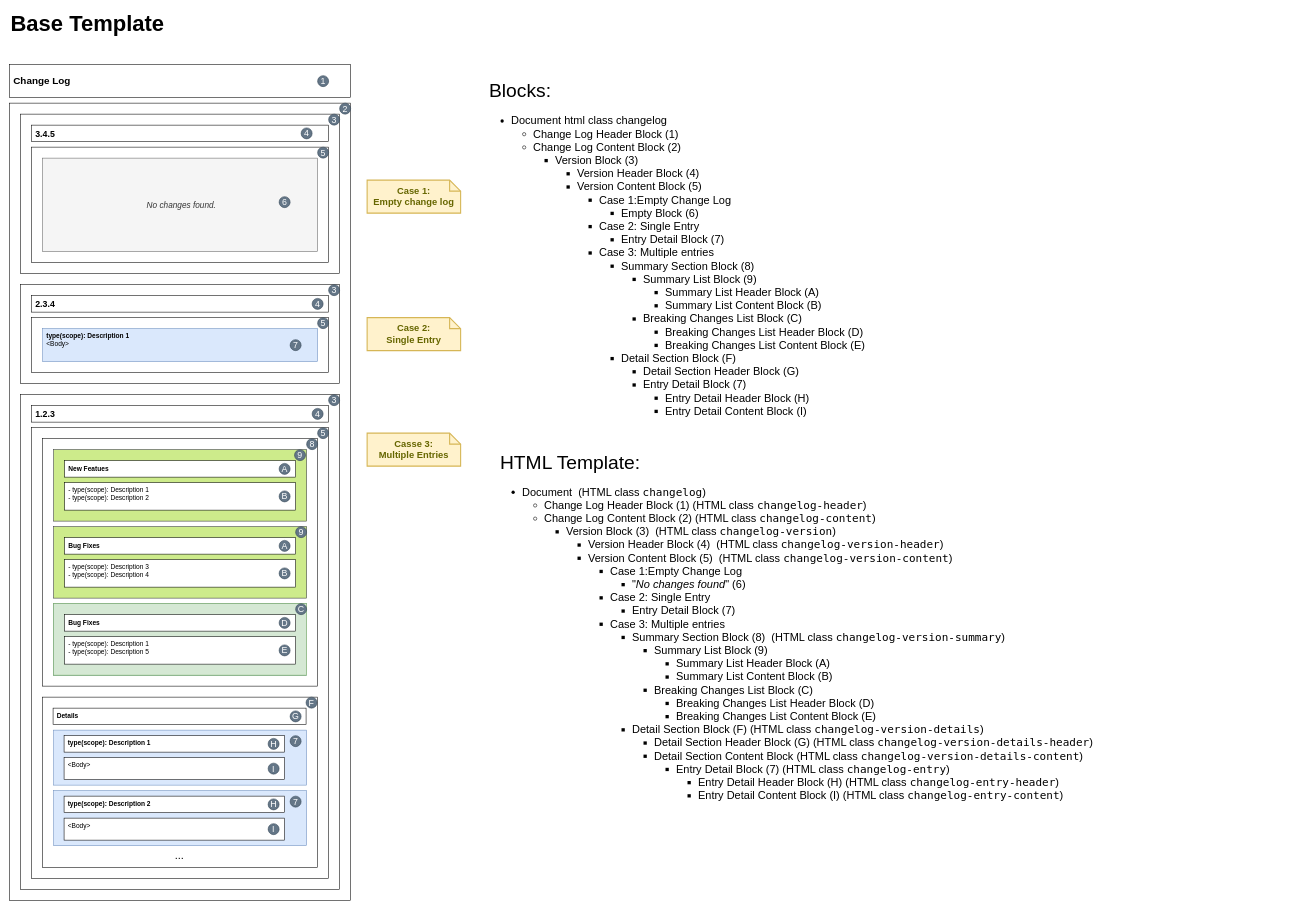
Before: docs/img/template-blocks.drawio in ap0llo/changelog, a draw.io diagram. Source tidied: cells renumbered, new cells numbered last; positions are measured from the earlier drawing's top-left corner, leaving out a move shared by most shapes. Both pictures are drawn from the tidied source at 55%, with x=0, y=0 at pixel (9, 9).
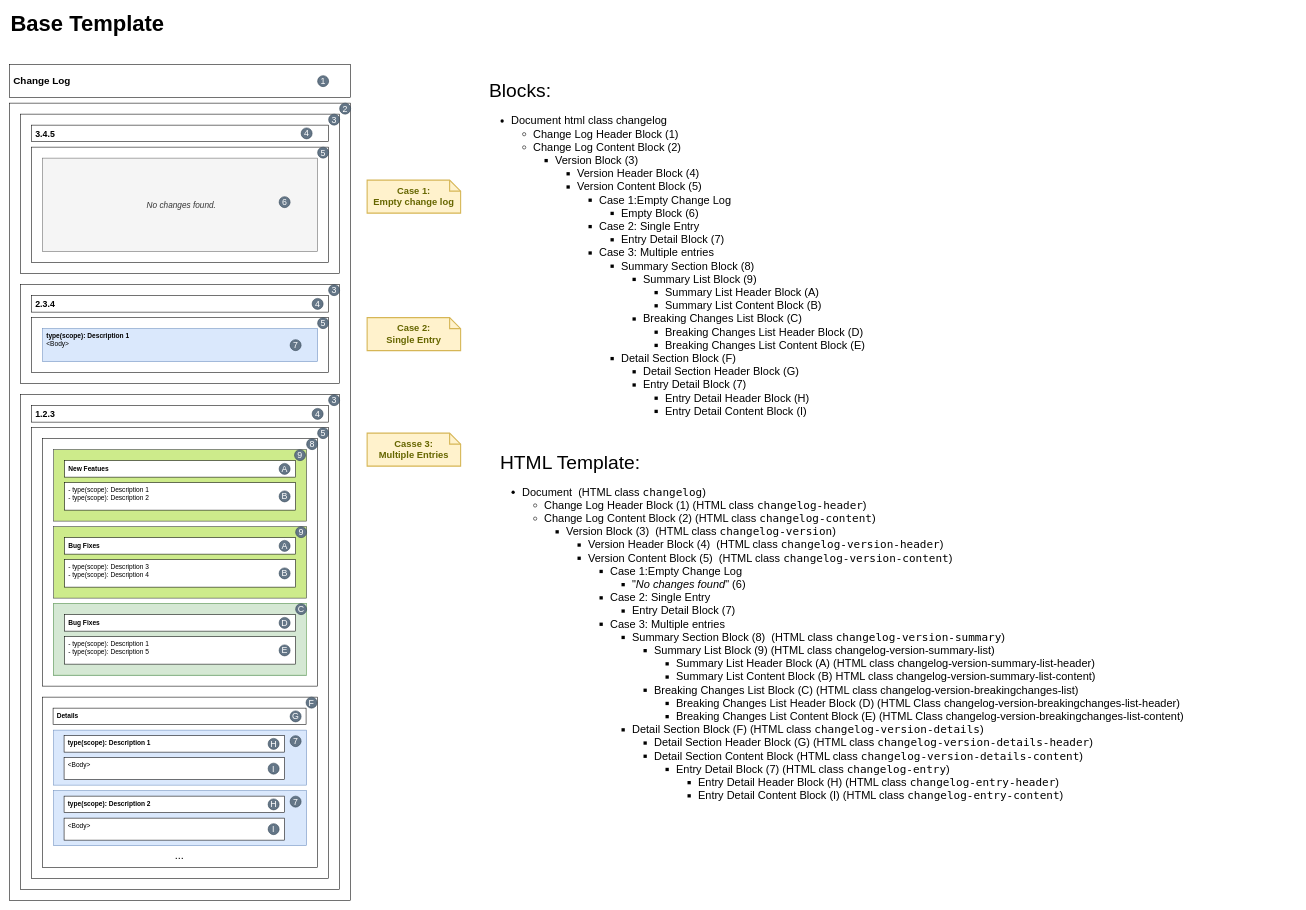
Above is the later version.

What changed in the source:
```diff
@@
-    <mxCell id="80" value="&lt;font style=&quot;font-size: 35px&quot;&gt;HTML Template:&lt;/font&gt;&lt;br&gt;&lt;ul style=&quot;font-size: 20px&quot;&gt;&lt;li&gt;Document&amp;nbsp; (HTML class &lt;font face=&quot;Lucida Console&quot;&gt;changelog&lt;/font&gt;)&lt;/li&gt;&lt;ul&gt;&lt;li&gt;Change Log Header Block (1) (HTML class &lt;font face=&quot;Lucida Console&quot;&gt;changelog-header&lt;/font&gt;)&lt;/li&gt;&lt;li&gt;Change Log Content Block (2) (HTML class &lt;font face=&quot;Lucida Console&quot;&gt;changelog-content&lt;/font&gt;)&lt;/li&gt;&lt;ul&gt;&lt;li&gt;Version Block (3)&amp;nbsp; (HTML class &lt;font face=&quot;Lucida Console&quot;&gt;changelog-version&lt;/font&gt;)&lt;/li&gt;&lt;ul&gt;&lt;li&gt;Version Header Block (4)&amp;nbsp; (HTML class &lt;font face=&quot;Lucida Console&quot;&gt;changelog-version-header&lt;/font&gt;)&lt;/li&gt;&lt;li&gt;Version Content Block (5)&amp;nbsp; (HTML class &lt;font face=&quot;Lucida Console&quot;&gt;changelog-version-content&lt;/font&gt;)&lt;/li&gt;&lt;ul&gt;&lt;li&gt;Case 1:Empty Change Log&lt;/li&gt;&lt;ul&gt;&lt;li&gt;&quot;&lt;i&gt;No changes found&lt;/i&gt;&quot; (6)&lt;/li&gt;&lt;/ul&gt;&lt;li&gt;Case 2: Single Entry&lt;/li&gt;&lt;ul&gt;&lt;li&gt;Entry Detail Block (7)&lt;/li&gt;&lt;/ul&gt;&lt;li&gt;Case 3: Multiple entries&lt;/li&gt;&lt;ul&gt;&lt;li&gt;Summary Section Block (8)&amp;nbsp; (HTML class&amp;nbsp;&lt;font face=&quot;Lucida Console&quot;&gt;changelog-version-summary&lt;/font&gt;)&lt;/li&gt;&lt;ul&gt;&lt;li&gt;Summary List Block (9)&lt;/li&gt;&lt;ul&gt;&lt;li&gt;Summary List Header Block (A)&lt;/li&gt;&lt;li&gt;Summary List Content Block (B)&lt;/li&gt;&lt;/ul&gt;&lt;li&gt;Breaking Changes List Block (C)&lt;/li&gt;&lt;ul&gt;&lt;li&gt;Breaking Changes List Header Block (D)&lt;/li&gt;&lt;li&gt;Breaking Changes List Content Block (E)&lt;/li&gt;&lt;/ul&gt;&lt;/ul&gt;&lt;li&gt;Detail Section Block (F) (HTML class&amp;nbsp;&lt;font face=&quot;Lucida Console&quot;&gt;changelog-version-details&lt;/font&gt;)&lt;/li&gt;&lt;ul&gt;&lt;li&gt;Detail Section Header Block (G) (HTML class&amp;nbsp;&lt;font face=&quot;Lucida Console&quot;&gt;changelog-version-details-header&lt;/font&gt;)&lt;/li&gt;&lt;li&gt;Detail Section Content Block (HTML class &lt;font face=&quot;Lucida Console&quot;&gt;changelog-version-details-content&lt;/font&gt;)&lt;/li&gt;&lt;ul&gt;&lt;li&gt;Entry Detail Block (7) (HTML class &lt;font face=&quot;Lucida Console&quot;&gt;changelog-entry&lt;/font&gt;)&lt;/li&gt;&lt;ul&gt;&lt;li&gt;Entry Detail Header Block (H) (HTML class&amp;nbsp;&lt;font face=&quot;Lucida Console&quot;&gt;changelog-entry-header&lt;/font&gt;)&lt;/li&gt;&lt;li&gt;Entry Detail Content Block (I) (HTML class&amp;nbsp;&lt;font face=&quot;Lucida Console&quot;&gt;changelog-entry-content&lt;/font&gt;)&lt;/li&gt;&lt;/ul&gt;&lt;/ul&gt;&lt;/ul&gt;&lt;/ul&gt;&lt;/ul&gt;&lt;/ul&gt;&lt;/ul&gt;&lt;/ul&gt;&lt;/ul&gt;" style="text;html=1;strokeColor=none;fillColor=none;align=left;verticalAlign=top;whiteSpace=wrap;rounded=0;fontSize=40;" parent="1" vertex="1">
+    <mxCell id="80" value="&lt;font style=&quot;font-size: 35px&quot;&gt;HTML Template:&lt;/font&gt;&lt;br&gt;&lt;ul style=&quot;font-size: 20px&quot;&gt;&lt;li&gt;Document&amp;nbsp; (HTML class &lt;font face=&quot;Lucida Console&quot;&gt;changelog&lt;/font&gt;)&lt;/li&gt;&lt;ul&gt;&lt;li&gt;Change Log Header Block (1) (HTML class &lt;font face=&quot;Lucida Console&quot;&gt;changelog-header&lt;/font&gt;)&lt;/li&gt;&lt;li&gt;Change Log Content Block (2) (HTML class &lt;font face=&quot;Lucida Console&quot;&gt;changelog-content&lt;/font&gt;)&lt;/li&gt;&lt;ul&gt;&lt;li&gt;Version Block (3)&amp;nbsp; (HTML class &lt;font face=&quot;Lucida Console&quot;&gt;changelog-version&lt;/font&gt;)&lt;/li&gt;&lt;ul&gt;&lt;li&gt;Version Header Block (4)&amp;nbsp; (HTML class &lt;font face=&quot;Lucida Console&quot;&gt;changelog-version-header&lt;/font&gt;)&lt;/li&gt;&lt;li&gt;Version Content Block (5)&amp;nbsp; (HTML class &lt;font face=&quot;Lucida Console&quot;&gt;changelog-version-content&lt;/font&gt;)&lt;/li&gt;&lt;ul&gt;&lt;li&gt;Case 1:Empty Change Log&lt;/li&gt;&lt;ul&gt;&lt;li&gt;&quot;&lt;i&gt;No changes found&lt;/i&gt;&quot; (6)&lt;/li&gt;&lt;/ul&gt;&lt;li&gt;Case 2: Single Entry&lt;/li&gt;&lt;ul&gt;&lt;li&gt;Entry Detail Block (7)&lt;/li&gt;&lt;/ul&gt;&lt;li&gt;Case 3: Multiple entries&lt;/li&gt;&lt;ul&gt;&lt;li&gt;Summary Section Block (8)&amp;nbsp; (HTML class&amp;nbsp;&lt;font face=&quot;Lucida Console&quot;&gt;changelog-version-summary&lt;/font&gt;)&lt;/li&gt;&lt;ul&gt;&lt;li&gt;Summary List Block (9) (HTML class changelog-version-summary-list)&lt;/li&gt;&lt;ul&gt;&lt;li&gt;Summary List Header Block (A) (HTML class changelog-version-summary-list-header)&lt;/li&gt;&lt;li&gt;Summary List Content Block (B) HTML class changelog-version-summary-list-content)&lt;/li&gt;&lt;/ul&gt;&lt;li&gt;Breaking Changes List Block (C) (HTML class&amp;nbsp;changelog-version-breakingchanges-list)&lt;/li&gt;&lt;ul&gt;&lt;li&gt;Breaking Changes List Header Block (D) (HTML Class&amp;nbsp;changelog-version-breakingchanges-list-header)&lt;/li&gt;&lt;li&gt;Breaking Changes List Content Block (E) (HTML Class&amp;nbsp;changelog-version-breakingchanges-list-content)&lt;/li&gt;&lt;/ul&gt;&lt;/ul&gt;&lt;li&gt;Detail Section Block (F) (HTML class&amp;nbsp;&lt;font face=&quot;Lucida Console&quot;&gt;changelog-version-details&lt;/font&gt;)&lt;/li&gt;&lt;ul&gt;&lt;li&gt;Detail Section Header Block (G) (HTML class&amp;nbsp;&lt;font face=&quot;Lucida Console&quot;&gt;changelog-version-details-header&lt;/font&gt;)&lt;/li&gt;&lt;li&gt;Detail Section Content Block (HTML class &lt;font face=&quot;Lucida Console&quot;&gt;changelog-version-details-content&lt;/font&gt;)&lt;/li&gt;&lt;ul&gt;&lt;li&gt;Entry Detail Block (7) (HTML class &lt;font face=&quot;Lucida Console&quot;&gt;changelog-entry&lt;/font&gt;)&lt;/li&gt;&lt;ul&gt;&lt;li&gt;Entry Detail Header Block (H) (HTML class&amp;nbsp;&lt;font face=&quot;Lucida Console&quot;&gt;changelog-entry-header&lt;/font&gt;)&lt;/li&gt;&lt;li&gt;Entry Detail Content Block (I) (HTML class&amp;nbsp;&lt;font face=&quot;Lucida Console&quot;&gt;changelog-entry-content&lt;/font&gt;)&lt;/li&gt;&lt;/ul&gt;&lt;/ul&gt;&lt;/ul&gt;&lt;/ul&gt;&lt;/ul&gt;&lt;/ul&gt;&lt;/ul&gt;&lt;/ul&gt;&lt;/ul&gt;" style="text;html=1;strokeColor=none;fillColor=none;align=left;verticalAlign=top;whiteSpace=wrap;rounded=0;fontSize=40;" parent="1" vertex="1">
       <mxGeometry x="890" y="790" width="1450" height="790" as="geometry" />
     </mxCell>
```
